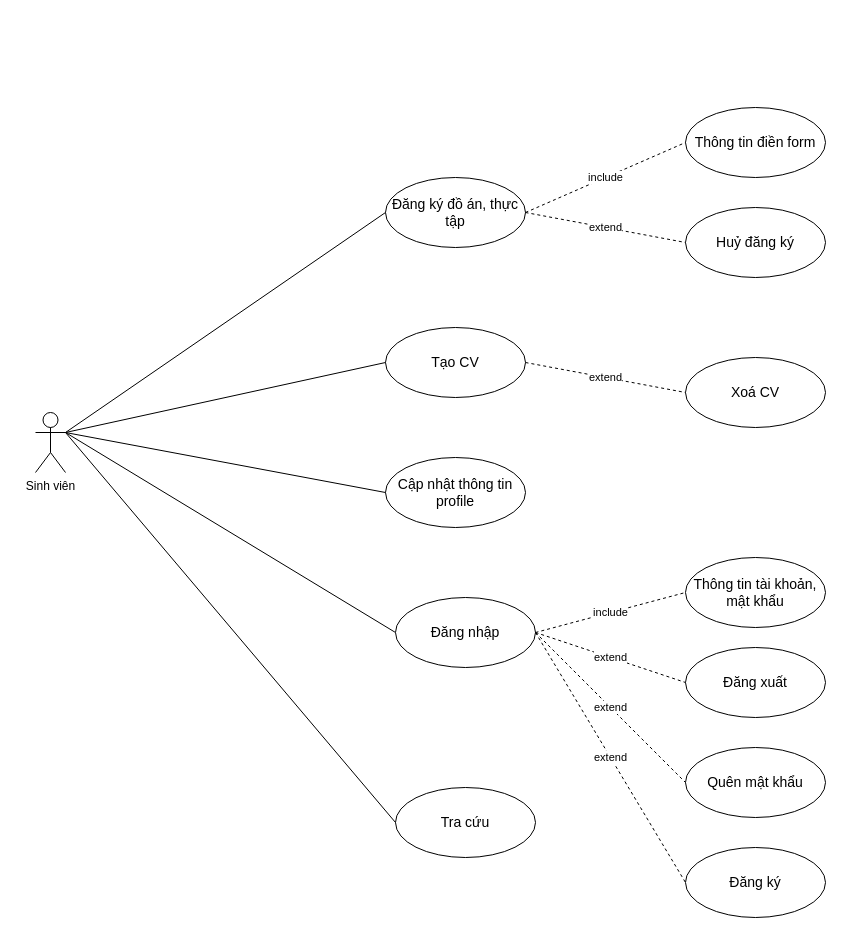
The draw.io diagram DA_II/drawio/usecaseStudent.drawio in toroieno/HUST, before the edit. Source tidied: cells renumbered, new cells numbered last; positions are measured from the earlier drawing's top-left corner, leaving out a move shared by most shapes. Both pictures are drawn from the tidied source at 100%, with x=0, y=0 at pixel (35, 107).
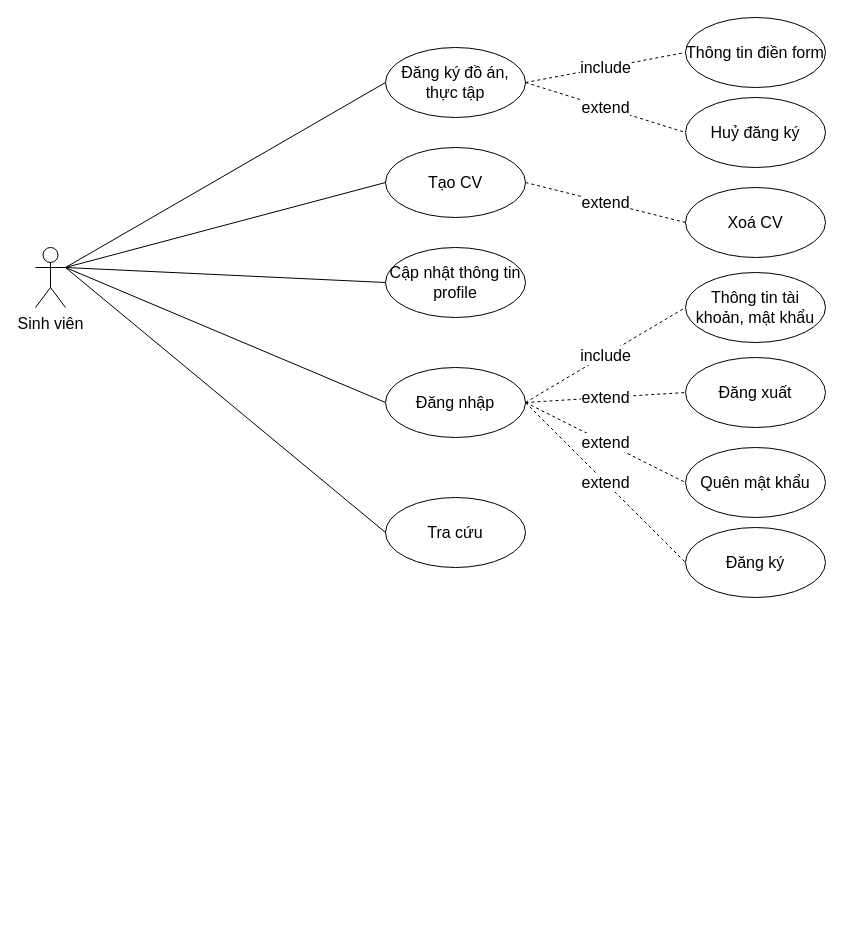
After the change.

What changed in the source:
```diff
@@
-    <mxCell id="2" value="Sinh viên" style="shape=umlActor;verticalLabelPosition=bottom;verticalAlign=top;html=1;outlineConnect=0;" parent="1" vertex="1">
-      <mxGeometry y="305" width="30" height="60" as="geometry" />
+    <mxCell id="2" value="Sinh viên" style="shape=umlActor;verticalLabelPosition=bottom;verticalAlign=top;html=1;outlineConnect=0;fontSize=16;" parent="1" vertex="1">
+      <mxGeometry y="140" width="30" height="60" as="geometry" />
     </mxCell>
-    <mxCell id="3" value="Cập nhật thông tin profile" style="ellipse;whiteSpace=wrap;html=1;strokeWidth=1;fontSize=14;" parent="1" vertex="1">
-      <mxGeometry x="350" y="350" width="140" height="70" as="geometry" />
+    <mxCell id="3" value="Cập nhật thông tin profile" style="ellipse;whiteSpace=wrap;html=1;strokeWidth=1;fontSize=16;" parent="1" vertex="1">
+      <mxGeometry x="350" y="140" width="140" height="70" as="geometry" />
     </mxCell>
-    <mxCell id="4" value="Tra cứu" style="ellipse;whiteSpace=wrap;html=1;strokeWidth=1;fontSize=14;" parent="1" vertex="1">
-      <mxGeometry x="360" y="680" width="140" height="70" as="geometry" />
+    <mxCell id="4" value="Tra cứu" style="ellipse;whiteSpace=wrap;html=1;strokeWidth=1;fontSize=16;" parent="1" vertex="1">
+      <mxGeometry x="350" y="390" width="140" height="70" as="geometry" />
     </mxCell>
-    <mxCell id="5" value="Tạo CV" style="ellipse;whiteSpace=wrap;html=1;strokeWidth=1;fontSize=14;" parent="1" vertex="1">
-      <mxGeometry x="350" y="220" width="140" height="70" as="geometry" />
+    <mxCell id="5" value="Tạo CV" style="ellipse;whiteSpace=wrap;html=1;strokeWidth=1;fontSize=16;" parent="1" vertex="1">
+      <mxGeometry x="350" y="40" width="140" height="70" as="geometry" />
     </mxCell>
-    <mxCell id="6" value="Đăng ký đồ án, thực tập" style="ellipse;whiteSpace=wrap;html=1;strokeWidth=1;fontSize=14;" parent="1" vertex="1">
-      <mxGeometry x="350" y="70" width="140" height="70" as="geometry" />
+    <mxCell id="6" value="Đăng ký đồ án, thực tập" style="ellipse;whiteSpace=wrap;html=1;strokeWidth=1;fontSize=16;" parent="1" vertex="1">
+      <mxGeometry x="350" y="-60" width="140" height="70" as="geometry" />
     </mxCell>
-    <mxCell id="7" style="endArrow=none;html=1;rounded=0;entryX=0;entryY=0.5;entryDx=0;entryDy=0;exitX=1;exitY=0.3333333333333333;exitDx=0;exitDy=0;exitPerimeter=0;" parent="1" edge="1" source="2" target="6">
+    <mxCell id="7" style="endArrow=none;html=1;rounded=0;entryX=0;entryY=0.5;entryDx=0;entryDy=0;exitX=1;exitY=0.3333333333333333;exitDx=0;exitDy=0;exitPerimeter=0;fontSize=16;" parent="1" edge="1" source="2" target="6">
       <mxGeometry relative="1" as="geometry" />
     </mxCell>
-    <mxCell id="8" style="endArrow=none;html=1;rounded=0;entryX=0;entryY=0.5;entryDx=0;entryDy=0;exitX=1;exitY=0.3333333333333333;exitDx=0;exitDy=0;exitPerimeter=0;" parent="1" edge="1" source="2" target="5">
+    <mxCell id="8" style="endArrow=none;html=1;rounded=0;entryX=0;entryY=0.5;entryDx=0;entryDy=0;exitX=1;exitY=0.3333333333333333;exitDx=0;exitDy=0;exitPerimeter=0;fontSize=16;" parent="1" edge="1" source="2" target="5">
       <mxGeometry relative="1" as="geometry" />
     </mxCell>
-    <mxCell id="9" style="endArrow=none;html=1;rounded=0;entryX=0;entryY=0.5;entryDx=0;entryDy=0;exitX=1;exitY=0.3333333333333333;exitDx=0;exitDy=0;exitPerimeter=0;" parent="1" edge="1" source="2" target="3">
+    <mxCell id="9" style="endArrow=none;html=1;rounded=0;entryX=0;entryY=0.5;entryDx=0;entryDy=0;exitX=1;exitY=0.3333333333333333;exitDx=0;exitDy=0;exitPerimeter=0;fontSize=16;" parent="1" edge="1" source="2" target="3">
       <mxGeometry relative="1" as="geometry" />
     </mxCell>
-    <mxCell id="10" style="endArrow=none;html=1;rounded=0;entryX=0;entryY=0.5;entryDx=0;entryDy=0;exitX=1;exitY=0.3333333333333333;exitDx=0;exitDy=0;exitPerimeter=0;" parent="1" edge="1" source="2" target="4">
+    <mxCell id="10" style="endArrow=none;html=1;rounded=0;entryX=0;entryY=0.5;entryDx=0;entryDy=0;exitX=1;exitY=0.3333333333333333;exitDx=0;exitDy=0;exitPerimeter=0;fontSize=16;" parent="1" edge="1" source="2" target="4">
       <mxGeometry relative="1" as="geometry" />
     </mxCell>
-    <mxCell id="11" style="endArrow=none;html=1;rounded=0;entryX=0;entryY=0.5;entryDx=0;entryDy=0;exitX=1;exitY=0.3333333333333333;exitDx=0;exitDy=0;exitPerimeter=0;" parent="1" edge="1" source="2" target="12">
+    <mxCell id="11" style="endArrow=none;html=1;rounded=0;entryX=0;entryY=0.5;entryDx=0;entryDy=0;exitX=1;exitY=0.3333333333333333;exitDx=0;exitDy=0;exitPerimeter=0;fontSize=16;" parent="1" edge="1" source="2" target="12">
       <mxGeometry relative="1" as="geometry" />
     </mxCell>
-    <mxCell id="12" value="Đăng nhập" style="ellipse;whiteSpace=wrap;html=1;strokeWidth=1;fontSize=14;" parent="1" vertex="1">
-      <mxGeometry x="360" y="490" width="140" height="70" as="geometry" />
+    <mxCell id="12" value="Đăng nhập" style="ellipse;whiteSpace=wrap;html=1;strokeWidth=1;fontSize=16;" parent="1" vertex="1">
+      <mxGeometry x="350" y="260" width="140" height="70" as="geometry" />
     </mxCell>
-    <mxCell id="13" value="include" style="endArrow=none;dashed=1;html=1;rounded=0;entryX=0;entryY=0.5;entryDx=0;entryDy=0;exitX=1;exitY=0.5;exitDx=0;exitDy=0;" parent="1" edge="1" source="12" target="14">
+    <mxCell id="13" value="include" style="endArrow=none;dashed=1;html=1;rounded=0;entryX=0;entryY=0.5;entryDx=0;entryDy=0;exitX=1;exitY=0.5;exitDx=0;exitDy=0;fontSize=16;" parent="1" edge="1" source="12" target="14">
       <mxGeometry relative="1" as="geometry" />
     </mxCell>
-    <mxCell id="14" value="Thông tin tài khoản, mật khẩu" style="ellipse;whiteSpace=wrap;html=1;strokeWidth=1;fontSize=14;" parent="1" vertex="1">
-      <mxGeometry x="650" y="450" width="140" height="70" as="geometry" />
+    <mxCell id="14" value="Thông tin tài khoản, mật khẩu" style="ellipse;whiteSpace=wrap;html=1;strokeWidth=1;fontSize=16;" parent="1" vertex="1">
+      <mxGeometry x="650" y="165" width="140" height="70" as="geometry" />
     </mxCell>
-    <mxCell id="15" value="Đăng xuất" style="ellipse;whiteSpace=wrap;html=1;strokeWidth=1;fontSize=14;" parent="1" vertex="1">
-      <mxGeometry x="650" y="540" width="140" height="70" as="geometry" />
+    <mxCell id="15" value="Đăng xuất" style="ellipse;whiteSpace=wrap;html=1;strokeWidth=1;fontSize=16;" parent="1" vertex="1">
+      <mxGeometry x="650" y="250" width="140" height="70" as="geometry" />
     </mxCell>
-    <mxCell id="16" value="extend" style="endArrow=none;dashed=1;html=1;rounded=0;entryX=0;entryY=0.5;entryDx=0;entryDy=0;exitX=1;exitY=0.5;exitDx=0;exitDy=0;" parent="1" edge="1" source="12" target="15">
+    <mxCell id="16" value="extend" style="endArrow=none;dashed=1;html=1;rounded=0;entryX=0;entryY=0.5;entryDx=0;entryDy=0;exitX=1;exitY=0.5;exitDx=0;exitDy=0;fontSize=16;" parent="1" edge="1" source="12" target="15">
       <mxGeometry relative="1" as="geometry" />
     </mxCell>
-    <mxCell id="17" value="Quên mật khẩu" style="ellipse;whiteSpace=wrap;html=1;strokeWidth=1;fontSize=14;" parent="1" vertex="1">
-      <mxGeometry x="650" y="640" width="140" height="70" as="geometry" />
+    <mxCell id="17" value="Quên mật khẩu" style="ellipse;whiteSpace=wrap;html=1;strokeWidth=1;fontSize=16;" parent="1" vertex="1">
+      <mxGeometry x="650" y="340" width="140" height="70" as="geometry" />
     </mxCell>
-    <mxCell id="18" value="extend" style="endArrow=none;dashed=1;html=1;rounded=0;entryX=0;entryY=0.5;entryDx=0;entryDy=0;exitX=1;exitY=0.5;exitDx=0;exitDy=0;" parent="1" edge="1" source="12" target="17">
+    <mxCell id="18" value="extend" style="endArrow=none;dashed=1;html=1;rounded=0;entryX=0;entryY=0.5;entryDx=0;entryDy=0;exitX=1;exitY=0.5;exitDx=0;exitDy=0;fontSize=16;" parent="1" edge="1" source="12" target="17">
       <mxGeometry relative="1" as="geometry" />
     </mxCell>
-    <mxCell id="19" value="Đăng ký" style="ellipse;whiteSpace=wrap;html=1;strokeWidth=1;fontSize=14;" parent="1" vertex="1">
-      <mxGeometry x="650" y="740" width="140" height="70" as="geometry" />
+    <mxCell id="19" value="Đăng ký" style="ellipse;whiteSpace=wrap;html=1;strokeWidth=1;fontSize=16;" parent="1" vertex="1">
+      <mxGeometry x="650" y="420" width="140" height="70" as="geometry" />
     </mxCell>
-    <mxCell id="20" value="extend" style="endArrow=none;dashed=1;html=1;rounded=0;entryX=0;entryY=0.5;entryDx=0;entryDy=0;exitX=1;exitY=0.5;exitDx=0;exitDy=0;" parent="1" edge="1" source="12" target="19">
+    <mxCell id="20" value="extend" style="endArrow=none;dashed=1;html=1;rounded=0;entryX=0;entryY=0.5;entryDx=0;entryDy=0;exitX=1;exitY=0.5;exitDx=0;exitDy=0;fontSize=16;" parent="1" edge="1" source="12" target="19">
       <mxGeometry relative="1" as="geometry" />
     </mxCell>
-    <mxCell id="21" value="Thông tin điền form" style="ellipse;whiteSpace=wrap;html=1;strokeWidth=1;fontSize=14;" parent="1" vertex="1">
-      <mxGeometry x="650" width="140" height="70" as="geometry" />
+    <mxCell id="21" value="Thông tin điền form" style="ellipse;whiteSpace=wrap;html=1;strokeWidth=1;fontSize=16;" parent="1" vertex="1">
+      <mxGeometry x="650" y="-90" width="140" height="70" as="geometry" />
     </mxCell>
-    <mxCell id="22" value="include" style="endArrow=none;dashed=1;html=1;rounded=0;entryX=0;entryY=0.5;entryDx=0;entryDy=0;exitX=1;exitY=0.5;exitDx=0;exitDy=0;" parent="1" edge="1" source="6" target="21">
+    <mxCell id="22" value="include" style="endArrow=none;dashed=1;html=1;rounded=0;entryX=0;entryY=0.5;entryDx=0;entryDy=0;exitX=1;exitY=0.5;exitDx=0;exitDy=0;fontSize=16;" parent="1" edge="1" source="6" target="21">
       <mxGeometry relative="1" as="geometry" />
     </mxCell>
-    <mxCell id="23" value="Huỷ đăng ký" style="ellipse;whiteSpace=wrap;html=1;strokeWidth=1;fontSize=14;" parent="1" vertex="1">
-      <mxGeometry x="650" y="100" width="140" height="70" as="geometry" />
+    <mxCell id="23" value="Huỷ đăng ký" style="ellipse;whiteSpace=wrap;html=1;strokeWidth=1;fontSize=16;" parent="1" vertex="1">
+      <mxGeometry x="650" y="-10" width="140" height="70" as="geometry" />
     </mxCell>
-    <mxCell id="24" value="extend" style="endArrow=none;dashed=1;html=1;rounded=0;entryX=0;entryY=0.5;entryDx=0;entryDy=0;exitX=1;exitY=0.5;exitDx=0;exitDy=0;" parent="1" edge="1" source="6" target="23">
+    <mxCell id="24" value="extend" style="endArrow=none;dashed=1;html=1;rounded=0;entryX=0;entryY=0.5;entryDx=0;entryDy=0;exitX=1;exitY=0.5;exitDx=0;exitDy=0;fontSize=16;" parent="1" edge="1" source="6" target="23">
       <mxGeometry relative="1" as="geometry" />
     </mxCell>
-    <mxCell id="25" value="Xoá CV" style="ellipse;whiteSpace=wrap;html=1;strokeWidth=1;fontSize=14;" parent="1" vertex="1">
-      <mxGeometry x="650" y="250" width="140" height="70" as="geometry" />
+    <mxCell id="25" value="Xoá CV" style="ellipse;whiteSpace=wrap;html=1;strokeWidth=1;fontSize=16;" parent="1" vertex="1">
+      <mxGeometry x="650" y="80" width="140" height="70" as="geometry" />
     </mxCell>
-    <mxCell id="26" value="extend" style="endArrow=none;dashed=1;html=1;rounded=0;entryX=0;entryY=0.5;entryDx=0;entryDy=0;exitX=1;exitY=0.5;exitDx=0;exitDy=0;" parent="1" edge="1" source="5" target="25">
+    <mxCell id="26" value="extend" style="endArrow=none;dashed=1;html=1;rounded=0;entryX=0;entryY=0.5;entryDx=0;entryDy=0;exitX=1;exitY=0.5;exitDx=0;exitDy=0;fontSize=16;" parent="1" edge="1" source="5" target="25">
       <mxGeometry relative="1" as="geometry" />
     </mxCell>
```
